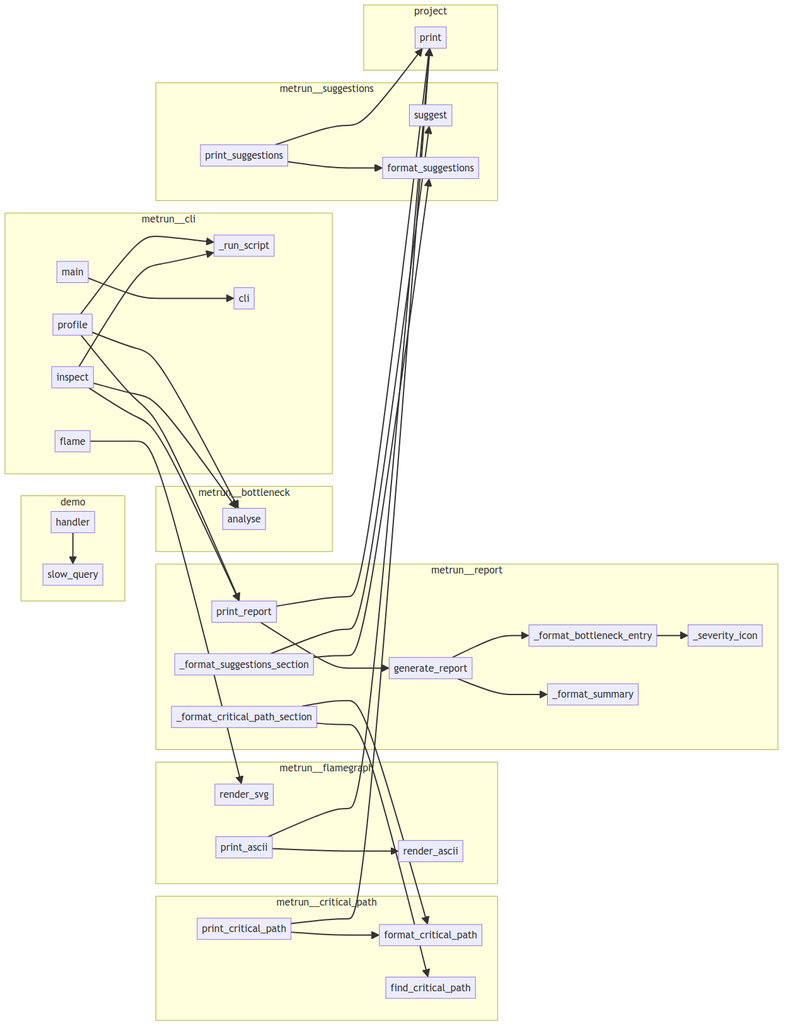
semcod/metrun keeps this Mermaid diagram as project/calls.png. Above is the earlier version. Its source is kept beside it as project/calls.mmd.
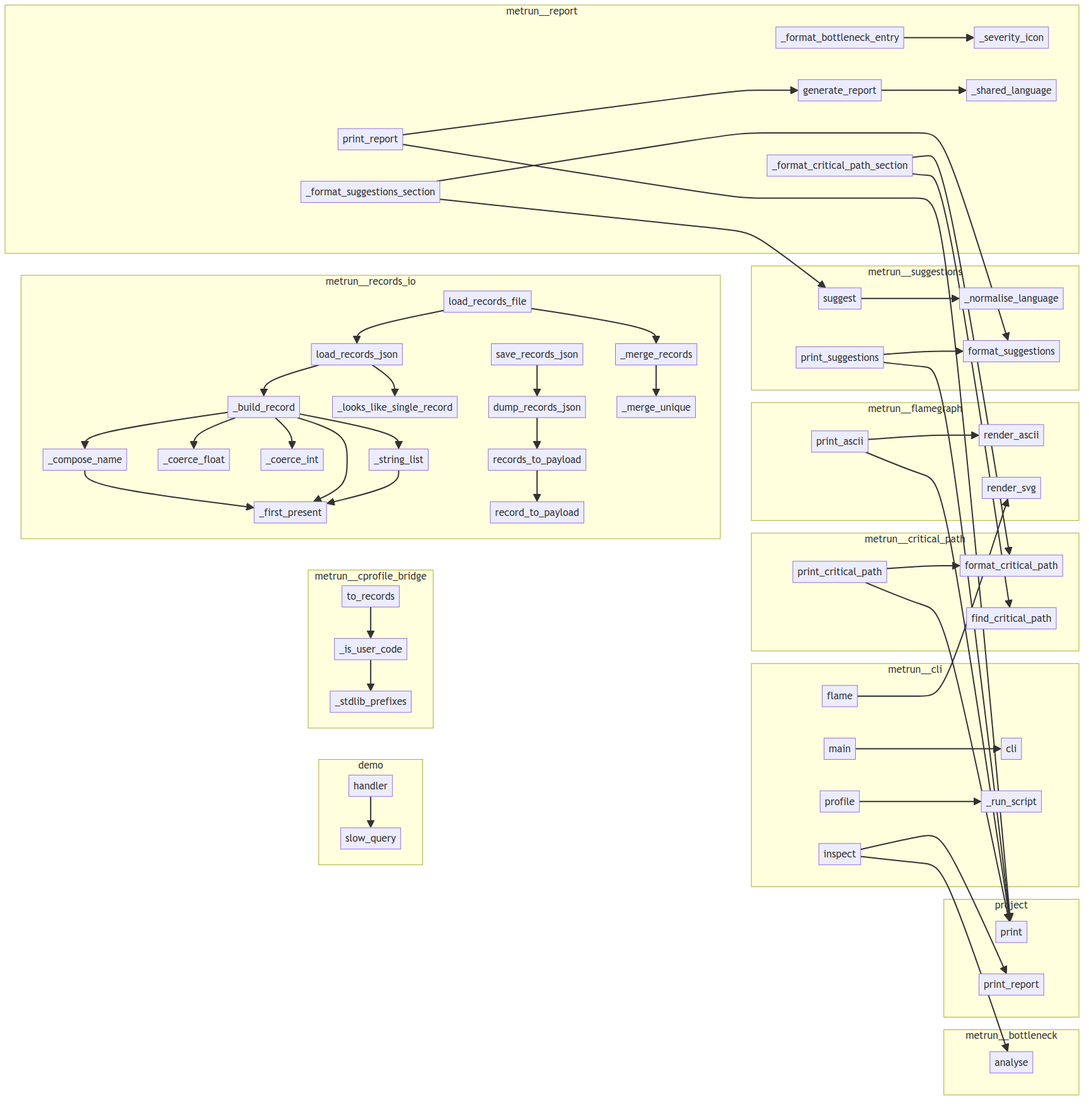
The same diagram one commit later.

The edit, as a diff of the source:
```diff
@@ -1,7 +1,7 @@
 flowchart LR
     subgraph demo
+        demo__slow_query["slow_query"]
         demo__handler["handler"]
-        demo__slow_query["slow_query"]
     end
     subgraph metrun__bottleneck
         metrun__bottleneck__BottleneckEngine__analyse["analyse"]
@@ -9,47 +9,84 @@
     subgraph metrun__cli
         metrun__cli__inspect["inspect"]
         metrun__cli__flame["flame"]
+        metrun__cli__cli["cli"]
+        metrun__cli___run_script["_run_script"]
+        metrun__cli__main["main"]
         metrun__cli__profile["profile"]
-        metrun__cli___run_script["_run_script"]
-        metrun__cli__cli["cli"]
-        metrun__cli__main["main"]
+    end
+    subgraph metrun__cprofile_bridge
+        metrun__cprofile_bridge___is_user_code["_is_user_code"]
+        metrun__cprofile_bridge___stdlib_prefixes["_stdlib_prefixes"]
+        metrun__cprofile_bridge__CProfileBridge__to_records["to_records"]
     end
     subgraph metrun__critical_path
+        metrun__critical_path__format_critical_path["format_critical_path"]
         metrun__critical_path__print_critical_path["print_critical_path"]
-        metrun__critical_path__format_critical_path["format_critical_path"]
         metrun__critical_path__find_critical_path["find_critical_path"]
     end
     subgraph metrun__flamegraph
+        metrun__flamegraph__render_ascii["render_ascii"]
+        metrun__flamegraph__print_ascii["print_ascii"]
         metrun__flamegraph__render_svg["render_svg"]
-        metrun__flamegraph__print_ascii["print_ascii"]
-        metrun__flamegraph__render_ascii["render_ascii"]
+    end
+    subgraph metrun__records_io
+        metrun__records_io___merge_unique["_merge_unique"]
+        metrun__records_io___coerce_int["_coerce_int"]
+        metrun__records_io___coerce_float["_coerce_float"]
+        metrun__records_io__record_to_payload["record_to_payload"]
+        metrun__records_io__save_records_json["save_records_json"]
+        metrun__records_io___first_present["_first_present"]
+        metrun__records_io___compose_name["_compose_name"]
+        metrun__records_io___build_record["_build_record"]
+        metrun__records_io__load_records_json["load_records_json"]
+        metrun__records_io___merge_records["_merge_records"]
+        metrun__records_io__records_to_payload["records_to_payload"]
+        metrun__records_io__load_records_file["load_records_file"]
+        metrun__records_io___string_list["_string_list"]
+        metrun__records_io___looks_like_single_record["_looks_like_single_record"]
+        metrun__records_io__dump_records_json["dump_records_json"]
     end
     subgraph metrun__report
+        metrun__report___format_bottleneck_entry["_format_bottleneck_entry"]
         metrun__report__print_report["print_report"]
+        metrun__report___format_suggestions_section["_format_suggestions_section"]
+        metrun__report___format_critical_path_section["_format_critical_path_section"]
+        metrun__report___severity_icon["_severity_icon"]
+        metrun__report___shared_language["_shared_language"]
         metrun__report__generate_report["generate_report"]
-        metrun__report___format_bottleneck_entry["_format_bottleneck_entry"]
-        metrun__report___format_suggestions_section["_format_suggestions_section"]
-        metrun__report___severity_icon["_severity_icon"]
-        metrun__report___format_summary["_format_summary"]
-        metrun__report___format_critical_path_section["_format_critical_path_section"]
     end
     subgraph metrun__suggestions
+        metrun__suggestions__print_suggestions["print_suggestions"]
         metrun__suggestions__suggest["suggest"]
+        metrun__suggestions___normalise_language["_normalise_language"]
         metrun__suggestions__format_suggestions["format_suggestions"]
-        metrun__suggestions__print_suggestions["print_suggestions"]
     end
     subgraph project
         project__print["print"]
+        project__print_report["print_report"]
     end
     demo__handler --> demo__slow_query
     metrun__cli__profile --> metrun__cli___run_script
-    metrun__cli__profile --> metrun__bottleneck__BottleneckEngine__analyse
-    metrun__cli__profile --> metrun__report__print_report
-    metrun__cli__inspect --> metrun__cli___run_script
     metrun__cli__inspect --> metrun__bottleneck__BottleneckEngine__analyse
-    metrun__cli__inspect --> metrun__report__print_report
+    metrun__cli__inspect --> project__print_report
     metrun__cli__flame --> metrun__flamegraph__render_svg
     metrun__cli__main --> metrun__cli__cli
+    metrun__records_io___string_list --> metrun__records_io___first_present
+    metrun__records_io___compose_name --> metrun__records_io___first_present
+    metrun__records_io___build_record --> metrun__records_io___compose_name
+    metrun__records_io___build_record --> metrun__records_io___coerce_float
+    metrun__records_io___build_record --> metrun__records_io___coerce_int
+    metrun__records_io___build_record --> metrun__records_io___first_present
+    metrun__records_io___build_record --> metrun__records_io___string_list
+    metrun__records_io___merge_records --> metrun__records_io___merge_unique
+    metrun__records_io__records_to_payload --> metrun__records_io__record_to_payload
+    metrun__records_io__dump_records_json --> metrun__records_io__records_to_payload
+    metrun__records_io__save_records_json --> metrun__records_io__dump_records_json
+    metrun__records_io__load_records_json --> metrun__records_io___build_record
+    metrun__records_io__load_records_json --> metrun__records_io___looks_like_single_record
+    metrun__records_io__load_records_file --> metrun__records_io__load_records_json
+    metrun__records_io__load_records_file --> metrun__records_io___merge_records
+    metrun__suggestions__suggest --> metrun__suggestions___normalise_language
     metrun__suggestions__print_suggestions --> project__print
     metrun__suggestions__print_suggestions --> metrun__suggestions__format_suggestions
     metrun__report___format_bottleneck_entry --> metrun__report___severity_icon
@@ -57,11 +94,12 @@
     metrun__report___format_critical_path_section --> metrun__critical_path__format_critical_path
     metrun__report___format_suggestions_section --> metrun__suggestions__suggest
     metrun__report___format_suggestions_section --> metrun__suggestions__format_suggestions
-    metrun__report__generate_report --> metrun__report___format_summary
-    metrun__report__generate_report --> metrun__report___format_bottleneck_entry
+    metrun__report__generate_report --> metrun__report___shared_language
     metrun__report__print_report --> project__print
     metrun__report__print_report --> metrun__report__generate_report
     metrun__critical_path__print_critical_path --> project__print
     metrun__critical_path__print_critical_path --> metrun__critical_path__format_critical_path
     metrun__flamegraph__print_ascii --> project__print
     metrun__flamegraph__print_ascii --> metrun__flamegraph__render_ascii
+    metrun__cprofile_bridge___is_user_code --> metrun__cprofile_bridge___stdlib_prefixes
+    metrun__cprofile_bridge__CProfileBridge__to_records --> metrun__cprofile_bridge___is_user_code
```
